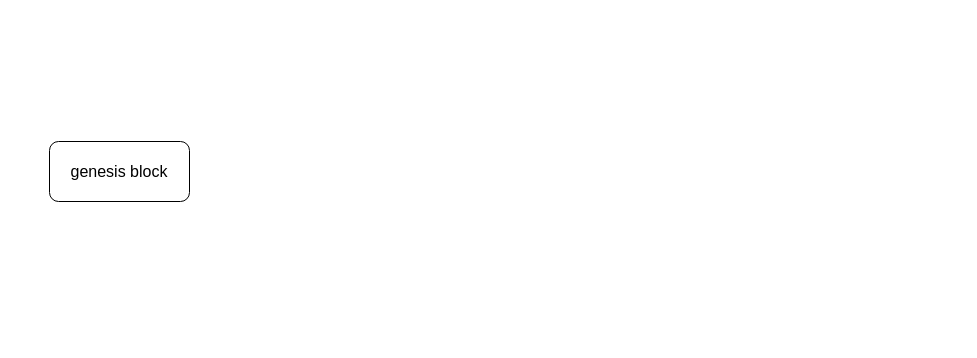
Above: ethereum-research/consensus/LMD-GHOST example.drawio in 0xyicheng/a-research-diagram (draw.io), before the change. Source tidied: cells renumbered, new cells numbered last; positions are measured from the earlier drawing's top-left corner, leaving out a move shared by most shapes. Both pictures are drawn from the tidied source at 100%, with x=0, y=0 at pixel (49, 141).
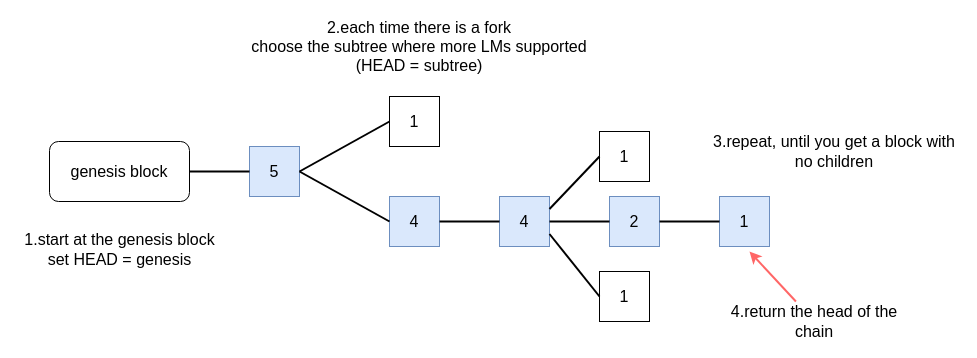
After the change.

The change refers to these unchanged cells:
```xml
<mxCell id="2" value="&lt;font style=&quot;font-size: 16px;&quot;&gt;genesis block&lt;/font&gt;" style="rounded=1;whiteSpace=wrap;html=1;" parent="1" vertex="1">
  <mxGeometry width="140" height="60" as="geometry" />
</mxCell>
```

The edit, as a diff of the source:
```diff
@@
+    <mxCell id="3" value="5" style="whiteSpace=wrap;html=1;fontSize=16;fillColor=#dae8fc;strokeColor=#6c8ebf;" parent="1" vertex="1">
+      <mxGeometry x="200" y="5" width="50" height="50" as="geometry" />
+    </mxCell>
+    <mxCell id="4" value="1" style="whiteSpace=wrap;html=1;fontSize=16;" parent="1" vertex="1">
+      <mxGeometry x="340" y="-45" width="50" height="50" as="geometry" />
+    </mxCell>
+    <mxCell id="5" value="4" style="whiteSpace=wrap;html=1;fontSize=16;fillColor=#dae8fc;strokeColor=#6c8ebf;" parent="1" vertex="1">
+      <mxGeometry x="340" y="55" width="50" height="50" as="geometry" />
+    </mxCell>
+    <mxCell id="6" style="endArrow=none;html=1;rounded=0;fontSize=16;strokeWidth=2;exitX=1;exitY=0.5;exitDx=0;exitDy=0;entryX=0;entryY=0.5;entryDx=0;entryDy=0;" parent="1" edge="1" source="2" target="3">
+      <mxGeometry relative="1" as="geometry" />
+    </mxCell>
+    <mxCell id="7" style="endArrow=none;html=1;rounded=0;fontSize=16;strokeWidth=2;exitX=1;exitY=0.5;exitDx=0;exitDy=0;entryX=0;entryY=0.5;entryDx=0;entryDy=0;" parent="1" edge="1" source="3" target="4">
+      <mxGeometry relative="1" as="geometry" />
+    </mxCell>
+    <mxCell id="8" style="endArrow=none;html=1;rounded=0;fontSize=16;strokeWidth=2;exitX=1;exitY=0.5;exitDx=0;exitDy=0;entryX=0;entryY=0.5;entryDx=0;entryDy=0;" parent="1" edge="1" source="3" target="5">
+      <mxGeometry relative="1" as="geometry" />
+    </mxCell>
+    <mxCell id="9" value="2" style="whiteSpace=wrap;html=1;fontSize=16;fillColor=#dae8fc;strokeColor=#6c8ebf;" parent="1" vertex="1">
+      <mxGeometry x="560" y="55" width="50" height="50" as="geometry" />
+    </mxCell>
+    <mxCell id="10" value="4" style="whiteSpace=wrap;html=1;fontSize=16;fillColor=#dae8fc;strokeColor=#6c8ebf;" parent="1" vertex="1">
+      <mxGeometry x="450" y="55" width="50" height="50" as="geometry" />
+    </mxCell>
+    <mxCell id="11" value="1" style="whiteSpace=wrap;html=1;fontSize=16;fillColor=#dae8fc;strokeColor=#6c8ebf;" parent="1" vertex="1">
+      <mxGeometry x="670" y="55" width="50" height="50" as="geometry" />
+    </mxCell>
+    <mxCell id="12" value="1" style="whiteSpace=wrap;html=1;fontSize=16;" parent="1" vertex="1">
+      <mxGeometry x="550" y="-10" width="50" height="50" as="geometry" />
+    </mxCell>
+    <mxCell id="13" value="1" style="whiteSpace=wrap;html=1;fontSize=16;" parent="1" vertex="1">
+      <mxGeometry x="550" y="130" width="50" height="50" as="geometry" />
+    </mxCell>
+    <mxCell id="14" style="endArrow=none;html=1;rounded=0;fontSize=16;strokeWidth=2;exitX=1;exitY=0.5;exitDx=0;exitDy=0;entryX=0;entryY=0.5;entryDx=0;entryDy=0;" parent="1" edge="1" source="5" target="10">
+      <mxGeometry relative="1" as="geometry" />
+    </mxCell>
+    <mxCell id="15" style="endArrow=none;html=1;rounded=0;fontSize=16;strokeWidth=2;exitX=1;exitY=0.5;exitDx=0;exitDy=0;entryX=0;entryY=0.5;entryDx=0;entryDy=0;" parent="1" edge="1" source="10" target="9">
+      <mxGeometry relative="1" as="geometry" />
+    </mxCell>
+    <mxCell id="16" style="endArrow=none;html=1;rounded=0;fontSize=16;strokeWidth=2;exitX=1;exitY=0.5;exitDx=0;exitDy=0;entryX=0;entryY=0.5;entryDx=0;entryDy=0;" parent="1" edge="1" source="9" target="11">
+      <mxGeometry relative="1" as="geometry" />
+    </mxCell>
+    <mxCell id="17" style="endArrow=none;html=1;rounded=0;fontSize=16;strokeWidth=2;exitX=1;exitY=0.25;exitDx=0;exitDy=0;entryX=0;entryY=0.5;entryDx=0;entryDy=0;" parent="1" edge="1" source="10" target="12">
+      <mxGeometry relative="1" as="geometry" />
+    </mxCell>
+    <mxCell id="18" style="endArrow=none;html=1;rounded=0;fontSize=16;strokeWidth=2;exitX=1;exitY=0.75;exitDx=0;exitDy=0;entryX=0;entryY=0.5;entryDx=0;entryDy=0;" parent="1" edge="1" source="10" target="13">
+      <mxGeometry relative="1" as="geometry" />
+    </mxCell>
+    <mxCell id="19" value="&lt;font style=&quot;user-select: auto; font-size: 16px;&quot;&gt;1.start at the genesis block&lt;br&gt;set HEAD = genesis&lt;br&gt;&lt;/font&gt;" style="text;html=1;strokeColor=none;fillColor=none;align=center;verticalAlign=middle;whiteSpace=wrap;rounded=0;fontSize=16;" parent="1" vertex="1">
+      <mxGeometry x="-32.5" y="90" width="205" height="35" as="geometry" />
+    </mxCell>
+    <mxCell id="20" value="2.each time there is a fork&lt;br&gt;choose the subtree where more LMs supported (HEAD = subtree)" style="text;html=1;strokeColor=none;fillColor=none;align=center;verticalAlign=middle;whiteSpace=wrap;rounded=0;fontSize=16;" parent="1" vertex="1">
+      <mxGeometry x="190" y="-120" width="360" height="50" as="geometry" />
+    </mxCell>
+    <mxCell id="21" value="3.repeat, until you get a block with no children" style="text;html=1;strokeColor=none;fillColor=none;align=center;verticalAlign=middle;whiteSpace=wrap;rounded=0;fontSize=16;" parent="1" vertex="1">
+      <mxGeometry x="660" y="-20" width="250" height="60" as="geometry" />
+    </mxCell>
+    <mxCell id="22" value="&lt;font style=&quot;font-size: 16px; user-select: auto;&quot;&gt;4.return the head of the chain&lt;/font&gt;" style="text;html=1;strokeColor=none;fillColor=none;align=center;verticalAlign=middle;whiteSpace=wrap;rounded=0;fontSize=14;" parent="1" vertex="1">
+      <mxGeometry x="670" y="160" width="190" height="40" as="geometry" />
+    </mxCell>
+    <mxCell id="23" style="endArrow=classic;html=1;rounded=0;strokeWidth=2;fontSize=16;strokeColor=#FF6666;" parent="1" edge="1" source="22">
+      <mxGeometry relative="1" as="geometry">
+        <mxPoint x="700" y="110" as="targetPoint" />
+      </mxGeometry>
+    </mxCell>
```
